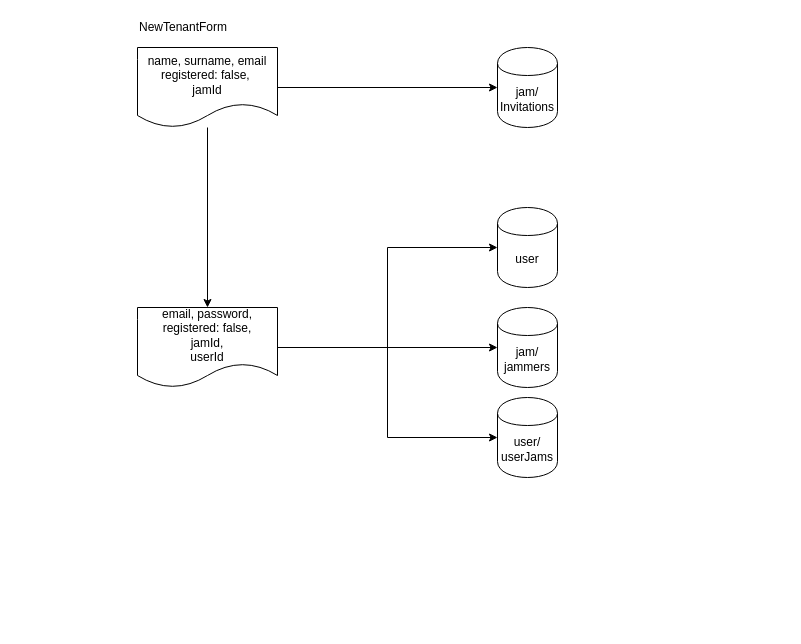
Before: page "New Tenant" (2 of 3) of public/data-store.drawio in AriCima/jams, a draw.io diagram. Source tidied: cells renumbered, new cells numbered last; positions are measured from the earlier drawing's top-left corner, leaving out a move shared by most shapes. Both pictures are drawn from the tidied source at 100%, with x=0, y=0 at pixel (137, 17).
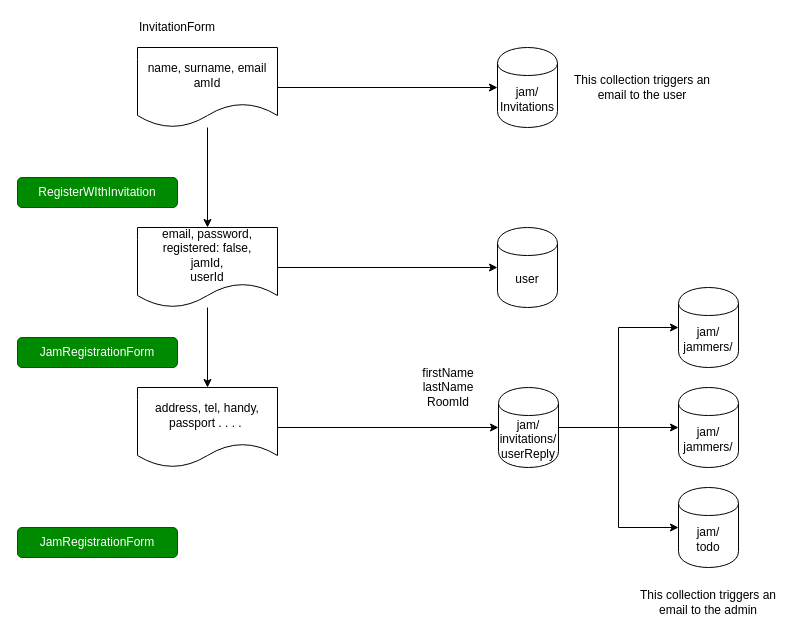
Above is the later version.

Change to the diagram source:
```diff
@@
-    <mxCell id="4" value="name, surname, email registered: false,&amp;nbsp;&lt;br&gt;jamId" style="shape=document;whiteSpace=wrap;html=1;boundedLbl=1;" parent="1" vertex="1">
+    <mxCell id="4" value="name, surname, email&lt;br&gt;amId" style="shape=document;whiteSpace=wrap;html=1;boundedLbl=1;" parent="1" vertex="1">
       <mxGeometry y="30" width="140" height="80" as="geometry" />
     </mxCell>
-    <mxCell id="5" value="jam/&lt;br&gt;jammers" style="shape=cylinder;whiteSpace=wrap;html=1;boundedLbl=1;backgroundOutline=1;" parent="1" vertex="1">
-      <mxGeometry x="360" y="290" width="60" height="80" as="geometry" />
-    </mxCell>
@@
-    <mxCell id="7" style="edgeStyle=orthogonalEdgeStyle;rounded=0;jettySize=auto;html=1;entryX=0;entryY=0.5;entryDx=0;entryDy=0;" parent="1" edge="1" source="10" target="5">
-      <mxGeometry relative="1" as="geometry" />
-    </mxCell>
@@
-    <mxCell id="9" style="edgeStyle=orthogonalEdgeStyle;rounded=0;jettySize=auto;html=1;entryX=0;entryY=0.5;entryDx=0;entryDy=0;" parent="1" edge="1" source="10" target="13">
-      <mxGeometry relative="1" as="geometry" />
-    </mxCell>
+    <mxCell id="14" style="edgeStyle=orthogonalEdgeStyle;rounded=0;jettySize=auto;html=1;entryX=0.5;entryY=0;entryDx=0;entryDy=0;" parent="1" edge="1" source="10" target="18">
+      <mxGeometry relative="1" as="geometry" />
+    </mxCell>
     <mxCell id="10" value="email, password, registered: false,&lt;br&gt;jamId,&lt;br&gt;userId" style="shape=document;whiteSpace=wrap;html=1;boundedLbl=1;" parent="1" vertex="1">
-      <mxGeometry y="290" width="140" height="80" as="geometry" />
+      <mxGeometry y="210" width="140" height="80" as="geometry" />
     </mxCell>
-    <mxCell id="11" value="NewTenantForm" style="text;html=1;strokeColor=none;fillColor=none;align=left;verticalAlign=middle;whiteSpace=wrap;rounded=0;" parent="1" vertex="1">
+    <mxCell id="11" value="InvitationForm" style="text;html=1;strokeColor=none;fillColor=none;align=left;verticalAlign=middle;whiteSpace=wrap;rounded=0;" parent="1" vertex="1">
       <mxGeometry width="110" height="20" as="geometry" />
     </mxCell>
     <mxCell id="12" value="user" style="shape=cylinder;whiteSpace=wrap;html=1;boundedLbl=1;backgroundOutline=1;" parent="1" vertex="1">
-      <mxGeometry x="360" y="190" width="60" height="80" as="geometry" />
+      <mxGeometry x="360" y="210" width="60" height="80" as="geometry" />
     </mxCell>
-    <mxCell id="13" value="user/&lt;br&gt;userJams" style="shape=cylinder;whiteSpace=wrap;html=1;boundedLbl=1;backgroundOutline=1;" parent="1" vertex="1">
-      <mxGeometry x="360" y="380" width="60" height="80" as="geometry" />
-    </mxCell>
+    <mxCell id="15" value="JamRegistrationForm" style="rounded=1;whiteSpace=wrap;html=1;fillColor=#008a00;strokeColor=#005700;fontColor=#ffffff;" parent="1" vertex="1">
+      <mxGeometry x="-120" y="320" width="160" height="30" as="geometry" />
+    </mxCell>
+    <mxCell id="16" value="RegisterWIthInvitation" style="rounded=1;whiteSpace=wrap;html=1;fillColor=#008a00;strokeColor=#005700;fontColor=#ffffff;" parent="1" vertex="1">
+      <mxGeometry x="-120" y="160" width="160" height="30" as="geometry" />
+    </mxCell>
+    <mxCell id="17" style="edgeStyle=orthogonalEdgeStyle;rounded=0;jettySize=auto;html=1;entryX=0;entryY=0.5;entryDx=0;entryDy=0;" parent="1" edge="1" source="18" target="22">
+      <mxGeometry relative="1" as="geometry" />
+    </mxCell>
+    <mxCell id="18" value="address, tel, handy, passport . . . .&amp;nbsp;" style="shape=document;whiteSpace=wrap;html=1;boundedLbl=1;" parent="1" vertex="1">
+      <mxGeometry y="370" width="140" height="80" as="geometry" />
+    </mxCell>
+    <mxCell id="19" style="edgeStyle=orthogonalEdgeStyle;rounded=0;jettySize=auto;html=1;entryX=0;entryY=0.5;entryDx=0;entryDy=0;" parent="1" edge="1" source="22" target="26">
+      <mxGeometry relative="1" as="geometry" />
+    </mxCell>
+    <mxCell id="20" style="edgeStyle=orthogonalEdgeStyle;rounded=0;jettySize=auto;html=1;entryX=0;entryY=0.5;entryDx=0;entryDy=0;" parent="1" edge="1" source="22" target="27">
+      <mxGeometry relative="1" as="geometry" />
+    </mxCell>
+    <mxCell id="21" style="edgeStyle=orthogonalEdgeStyle;rounded=0;jettySize=auto;html=1;entryX=0;entryY=0.5;entryDx=0;entryDy=0;" parent="1" edge="1" source="22" target="23">
+      <mxGeometry relative="1" as="geometry" />
+    </mxCell>
+    <mxCell id="22" value="jam/&lt;br&gt;invitations/&lt;br&gt;userReply" style="shape=cylinder;whiteSpace=wrap;html=1;boundedLbl=1;backgroundOutline=1;" parent="1" vertex="1">
+      <mxGeometry x="361" y="370" width="60" height="80" as="geometry" />
+    </mxCell>
+    <mxCell id="23" value="jam/&lt;br&gt;todo" style="shape=cylinder;whiteSpace=wrap;html=1;boundedLbl=1;backgroundOutline=1;" parent="1" vertex="1">
+      <mxGeometry x="541" y="470" width="60" height="80" as="geometry" />
+    </mxCell>
+    <mxCell id="24" value="firstName&lt;br&gt;lastName&lt;br&gt;RoomId" style="text;html=1;strokeColor=none;fillColor=none;align=center;verticalAlign=middle;whiteSpace=wrap;rounded=0;" parent="1" vertex="1">
+      <mxGeometry x="271" y="345" width="80" height="50" as="geometry" />
+    </mxCell>
+    <mxCell id="25" value="JamRegistrationForm" style="rounded=1;whiteSpace=wrap;html=1;fillColor=#008a00;strokeColor=#005700;fontColor=#ffffff;" parent="1" vertex="1">
+      <mxGeometry x="-120" y="510" width="160" height="30" as="geometry" />
+    </mxCell>
+    <mxCell id="26" value="jam/&lt;br&gt;jammers/" style="shape=cylinder;whiteSpace=wrap;html=1;boundedLbl=1;backgroundOutline=1;" parent="1" vertex="1">
+      <mxGeometry x="541" y="270" width="60" height="80" as="geometry" />
+    </mxCell>
+    <mxCell id="27" value="jam/&lt;br&gt;jammers/" style="shape=cylinder;whiteSpace=wrap;html=1;boundedLbl=1;backgroundOutline=1;" parent="1" vertex="1">
+      <mxGeometry x="541" y="370" width="60" height="80" as="geometry" />
+    </mxCell>
+    <mxCell id="28" value="This collection triggers an email to the admin" style="text;html=1;strokeColor=none;fillColor=none;align=center;verticalAlign=middle;whiteSpace=wrap;rounded=0;" parent="1" vertex="1">
+      <mxGeometry x="496" y="560" width="150" height="50" as="geometry" />
+    </mxCell>
+    <mxCell id="29" value="This collection triggers an email to the user" style="text;html=1;strokeColor=none;fillColor=none;align=center;verticalAlign=middle;whiteSpace=wrap;rounded=0;" parent="1" vertex="1">
+      <mxGeometry x="430" y="45" width="150" height="50" as="geometry" />
+    </mxCell>
```
